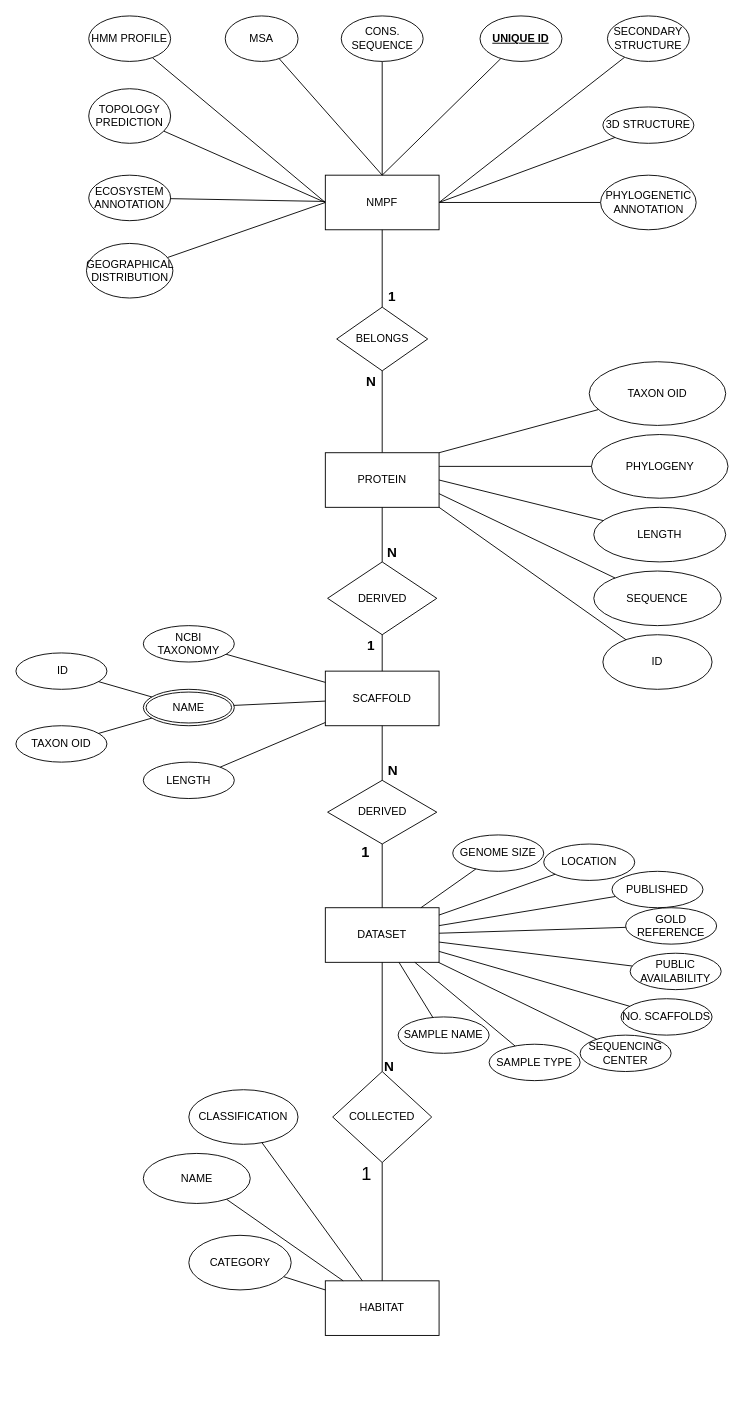
Above: Ανώνυμο διάγραμμα.drawio in IceGreb/db_project (draw.io), before the change. Source tidied: cells renumbered, new cells numbered last; positions are measured from the earlier drawing's top-left corner, leaving out a move shared by most shapes. Both pictures are drawn from the tidied source at 91%, with x=0, y=0 at pixel (15, 15).
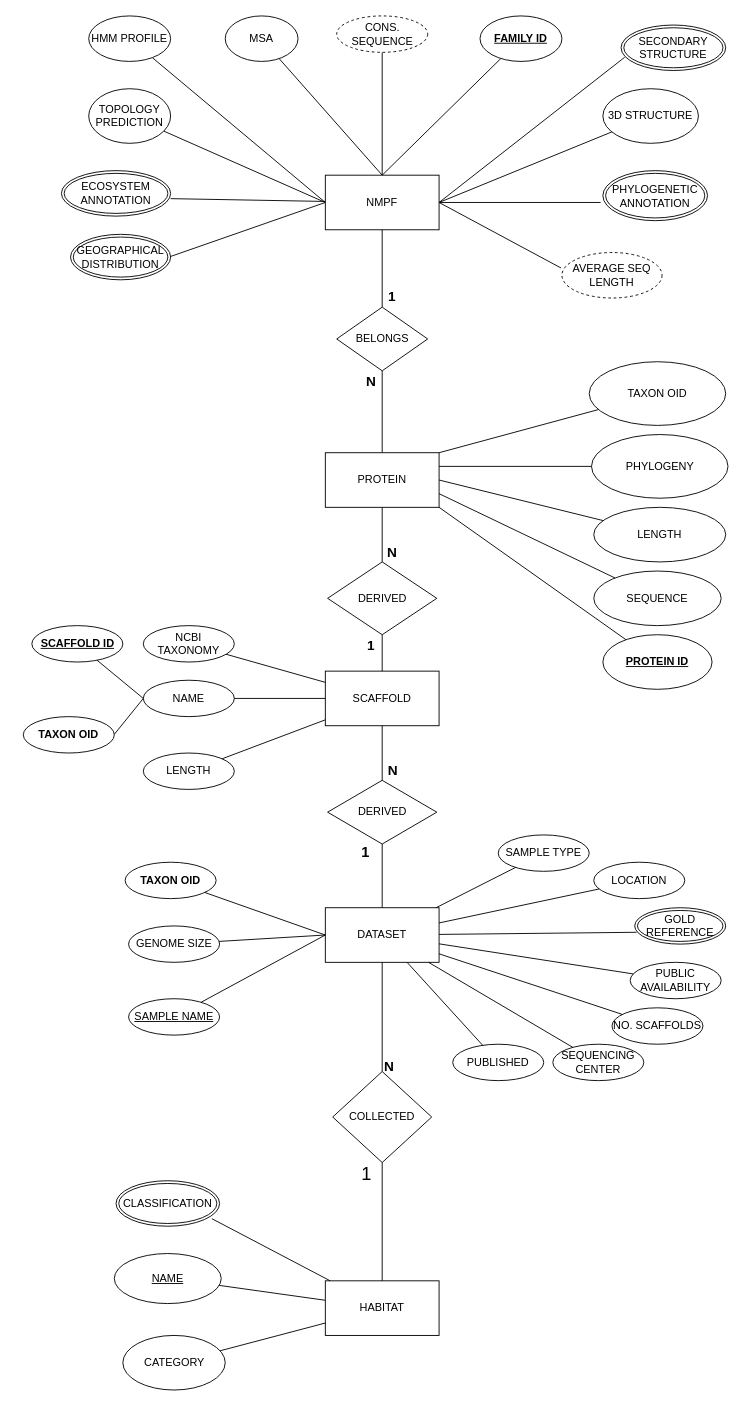
Above is the later version.

Unchanged cells that the change refers to:
```xml
<mxCell id="10" value="NMPF" style="rounded=0;whiteSpace=wrap;html=1;labelBackgroundColor=none;" parent="1" vertex="1">
  <mxGeometry x="340" y="175" width="125" height="60" as="geometry" />
</mxCell>
<mxCell id="35" value="HABITAT" style="rounded=0;whiteSpace=wrap;html=1;labelBackgroundColor=none;" parent="1" vertex="1">
  <mxGeometry x="340" y="1390" width="125" height="60" as="geometry" />
</mxCell>
<mxCell id="36" value="SCAFFOLD" style="rounded=0;whiteSpace=wrap;html=1;labelBackgroundColor=none;" parent="1" vertex="1">
  <mxGeometry x="340" y="720" width="125" height="60" as="geometry" />
</mxCell>
<mxCell id="37" value="DATASET" style="rounded=0;whiteSpace=wrap;html=1;labelBackgroundColor=none;" parent="1" vertex="1">
  <mxGeometry x="340" y="980" width="125" height="60" as="geometry" />
</mxCell>
```

Change to the diagram source:
```diff
@@
-    <mxCell id="2" style="rounded=0;jettySize=auto;html=1;endArrow=none;endFill=0;labelBackgroundColor=none;fontColor=default;" parent="1" edge="1" source="10" target="11">
+    <mxCell id="2" style="rounded=0;jettySize=auto;html=1;endArrow=none;endFill=0;labelBackgroundColor=none;fontColor=default;entryX=0.5;entryY=1;entryDx=0;entryDy=0;" parent="1" edge="1" source="10" target="11">
       <mxGeometry relative="1" as="geometry" />
     </mxCell>
@@
-    <mxCell id="4" style="rounded=0;jettySize=auto;html=1;endArrow=none;endFill=0;labelBackgroundColor=none;fontColor=default;exitX=0;exitY=0.5;exitDx=0;exitDy=0;" parent="1" edge="1" source="10" target="18">
-      <mxGeometry relative="1" as="geometry" />
+    <mxCell id="4" style="rounded=0;jettySize=auto;html=1;endArrow=none;endFill=0;labelBackgroundColor=none;fontColor=default;exitX=0;exitY=0.5;exitDx=0;exitDy=0;" parent="1" edge="1" source="10">
+      <mxGeometry relative="1" as="geometry">
+        <mxPoint x="166.6" y="265.5" as="targetPoint" />
+      </mxGeometry>
     </mxCell>
-    <mxCell id="5" style="rounded=0;jettySize=auto;html=1;endArrow=none;endFill=0;labelBackgroundColor=none;fontColor=default;" parent="1" edge="1" source="10" target="16">
-      <mxGeometry relative="1" as="geometry" />
+    <mxCell id="5" style="rounded=0;jettySize=auto;html=1;endArrow=none;endFill=0;labelBackgroundColor=none;fontColor=default;" parent="1" edge="1" source="10">
+      <mxGeometry relative="1" as="geometry">
+        <mxPoint x="642.5" y="205" as="targetPoint" />
+      </mxGeometry>
     </mxCell>
@@
-    <mxCell id="7" style="rounded=0;jettySize=auto;html=1;endArrow=none;endFill=0;labelBackgroundColor=none;fontColor=default;exitX=1;exitY=0.5;exitDx=0;exitDy=0;" parent="1" edge="1" source="10" target="14">
-      <mxGeometry relative="1" as="geometry" />
+    <mxCell id="7" style="rounded=0;jettySize=auto;html=1;endArrow=none;endFill=0;labelBackgroundColor=none;fontColor=default;exitX=1;exitY=0.5;exitDx=0;exitDy=0;" parent="1" edge="1" source="10">
+      <mxGeometry relative="1" as="geometry">
+        <mxPoint x="669" y="45.4" as="targetPoint" />
+      </mxGeometry>
     </mxCell>
@@
-    <mxCell id="9" style="rounded=0;jettySize=auto;html=1;endArrow=none;endFill=0;labelBackgroundColor=none;fontColor=default;" parent="1" edge="1" source="10" target="17">
-      <mxGeometry relative="1" as="geometry" />
+    <mxCell id="9" style="rounded=0;jettySize=auto;html=1;endArrow=none;endFill=0;labelBackgroundColor=none;fontColor=default;" parent="1" edge="1" source="10">
+      <mxGeometry relative="1" as="geometry">
+        <mxPoint x="170" y="200.8" as="targetPoint" />
+      </mxGeometry>
     </mxCell>
@@
-    <mxCell id="11" value="CONS. SEQUENCE" style="ellipse;whiteSpace=wrap;html=1;rounded=0;labelBackgroundColor=none;" parent="1" vertex="1">
-      <mxGeometry x="357.5" width="90" height="50" as="geometry" />
-    </mxCell>
@@
-    <mxCell id="14" value="SECONDARY STRUCTURE" style="ellipse;whiteSpace=wrap;html=1;rounded=0;labelBackgroundColor=none;" parent="1" vertex="1">
-      <mxGeometry x="650" width="90" height="50" as="geometry" />
-    </mxCell>
@@
-    <mxCell id="16" value="&lt;div&gt;PHYLOGENETIC ANNOTATION&lt;/div&gt;" style="ellipse;whiteSpace=wrap;html=1;rounded=0;labelBackgroundColor=none;" parent="1" vertex="1">
-      <mxGeometry x="642.5" y="175" width="105" height="60" as="geometry" />
-    </mxCell>
-    <mxCell id="17" value="&lt;div&gt;ECOSYSTEM ANNOTATION&lt;/div&gt;" style="ellipse;whiteSpace=wrap;html=1;direction=west;rounded=0;labelBackgroundColor=none;" parent="1" vertex="1">
-      <mxGeometry x="80" y="175" width="90" height="50" as="geometry" />
-    </mxCell>
-    <mxCell id="18" value="GEOGRAPHICAL DISTRIBUTION" style="ellipse;whiteSpace=wrap;html=1;rounded=0;labelBackgroundColor=none;" parent="1" vertex="1">
-      <mxGeometry x="77.5" y="250" width="95" height="60" as="geometry" />
-    </mxCell>
@@
-    <mxCell id="20" value="&lt;u&gt;&lt;b&gt;UNIQUE ID&lt;/b&gt;&lt;/u&gt;" style="ellipse;whiteSpace=wrap;html=1;rounded=0;labelBackgroundColor=none;" parent="1" vertex="1">
+    <mxCell id="20" value="&lt;u&gt;&lt;b&gt;FAMILY ID&lt;/b&gt;&lt;/u&gt;" style="ellipse;whiteSpace=wrap;html=1;rounded=0;labelBackgroundColor=none;" parent="1" vertex="1">
       <mxGeometry x="510" width="90" height="50" as="geometry" />
     </mxCell>
@@
-    <mxCell id="30" value="ID" style="ellipse;whiteSpace=wrap;html=1;labelBackgroundColor=none;" parent="1" vertex="1">
+    <mxCell id="30" value="&lt;b&gt;&lt;u&gt;PROTEIN ID&lt;/u&gt;&lt;/b&gt;" style="ellipse;whiteSpace=wrap;html=1;labelBackgroundColor=none;" parent="1" vertex="1">
       <mxGeometry x="645" y="680" width="120" height="60" as="geometry" />
     </mxCell>
@@
-    <mxCell id="38" value="NAME" style="ellipse;shape=doubleEllipse;margin=3;whiteSpace=wrap;html=1;align=center;labelBackgroundColor=none;" parent="1" vertex="1">
-      <mxGeometry x="140" y="740" width="100" height="40" as="geometry" />
-    </mxCell>
     <mxCell id="39" value="3D STRUCTURE" style="ellipse;whiteSpace=wrap;html=1;align=center;labelBackgroundColor=none;" parent="1" vertex="1">
-      <mxGeometry x="645" y="100" width="100" height="40" as="geometry" />
+      <mxGeometry x="645" y="80" width="105" height="60" as="geometry" />
     </mxCell>
-    <mxCell id="40" style="endArrow=none;html=1;rounded=0;labelBackgroundColor=none;fontColor=default;" parent="1" edge="1" source="36" target="38">
-      <mxGeometry relative="1" as="geometry" />
-    </mxCell>
@@
-    <mxCell id="42" value="TAXON OID" style="ellipse;whiteSpace=wrap;html=1;align=center;labelBackgroundColor=none;" parent="1" vertex="1">
-      <mxGeometry y="780" width="100" height="40" as="geometry" />
+    <mxCell id="42" value="&lt;b style=&quot;&quot;&gt;TAXON OID&lt;/b&gt;" style="ellipse;whiteSpace=wrap;html=1;align=center;labelBackgroundColor=none;" parent="1" vertex="1">
+      <mxGeometry x="120" y="930" width="100" height="40" as="geometry" />
     </mxCell>
-    <mxCell id="43" value="&amp;nbsp;ID" style="ellipse;whiteSpace=wrap;html=1;align=center;labelBackgroundColor=none;" parent="1" vertex="1">
-      <mxGeometry y="700" width="100" height="40" as="geometry" />
+    <mxCell id="43" value="&lt;u&gt;&lt;b&gt;SCAFFOLD ID&lt;/b&gt;&lt;/u&gt;" style="ellipse;whiteSpace=wrap;html=1;align=center;labelBackgroundColor=none;" parent="1" vertex="1">
+      <mxGeometry x="17.5" y="670" width="100" height="40" as="geometry" />
     </mxCell>
-    <mxCell id="44" style="endArrow=none;html=1;rounded=0;labelBackgroundColor=none;fontColor=default;" parent="1" edge="1" source="43" target="38">
+    <mxCell id="44" style="endArrow=none;html=1;rounded=0;labelBackgroundColor=none;fontColor=default;entryX=0;entryY=0.5;entryDx=0;entryDy=0;" parent="1" edge="1" source="43" target="91">
       <mxGeometry relative="1" as="geometry" />
     </mxCell>
-    <mxCell id="45" style="endArrow=none;html=1;rounded=0;labelBackgroundColor=none;fontColor=default;" parent="1" edge="1" source="42" target="38">
+    <mxCell id="45" style="endArrow=none;html=1;rounded=0;labelBackgroundColor=none;fontColor=default;entryX=0;entryY=0.5;entryDx=0;entryDy=0;" parent="1" edge="1" source="42" target="37">
       <mxGeometry relative="1" as="geometry" />
     </mxCell>
     <mxCell id="46" value="LENGTH" style="ellipse;whiteSpace=wrap;html=1;align=center;labelBackgroundColor=none;" parent="1" vertex="1">
-      <mxGeometry x="140" y="820" width="100" height="40" as="geometry" />
+      <mxGeometry x="140" y="810" width="100" height="40" as="geometry" />
     </mxCell>
@@
-    <mxCell id="51" value="SAMPLE NAME" style="ellipse;whiteSpace=wrap;html=1;align=center;labelBackgroundColor=none;" parent="1" vertex="1">
-      <mxGeometry x="420" y="1100" width="100" height="40" as="geometry" />
+    <mxCell id="51" value="&lt;u&gt;SAMPLE NAME&lt;/u&gt;" style="ellipse;whiteSpace=wrap;html=1;align=center;labelBackgroundColor=none;" parent="1" vertex="1">
+      <mxGeometry x="123.8" y="1080" width="100" height="40" as="geometry" />
     </mxCell>
     <mxCell id="52" value="SAMPLE TYPE" style="ellipse;whiteSpace=wrap;html=1;align=center;labelBackgroundColor=none;" parent="1" vertex="1">
-      <mxGeometry x="520" y="1130" width="100" height="40" as="geometry" />
+      <mxGeometry x="530" y="900" width="100" height="40" as="geometry" />
     </mxCell>
     <mxCell id="53" value="LOCATION" style="ellipse;whiteSpace=wrap;html=1;align=center;labelBackgroundColor=none;" parent="1" vertex="1">
-      <mxGeometry x="580" y="910" width="100" height="40" as="geometry" />
+      <mxGeometry x="635" y="930" width="100" height="40" as="geometry" />
     </mxCell>
     <mxCell id="54" value="&lt;div&gt;SEQUENCING CENTER&lt;/div&gt;" style="ellipse;whiteSpace=wrap;html=1;align=center;labelBackgroundColor=none;" parent="1" vertex="1">
-      <mxGeometry x="620" y="1120" width="100" height="40" as="geometry" />
+      <mxGeometry x="590" y="1130" width="100" height="40" as="geometry" />
     </mxCell>
     <mxCell id="55" value="PUBLISHED" style="ellipse;whiteSpace=wrap;html=1;align=center;labelBackgroundColor=none;" parent="1" vertex="1">
-      <mxGeometry x="655" y="940" width="100" height="40" as="geometry" />
+      <mxGeometry x="480" y="1130" width="100" height="40" as="geometry" />
     </mxCell>
     <mxCell id="56" value="PUBLIC AVAILABILITY" style="ellipse;whiteSpace=wrap;html=1;align=center;labelBackgroundColor=none;" parent="1" vertex="1">
-      <mxGeometry x="675" y="1030" width="100" height="40" as="geometry" />
+      <mxGeometry x="675" y="1040" width="100" height="40" as="geometry" />
     </mxCell>
     <mxCell id="57" value="GENOME SIZE" style="ellipse;whiteSpace=wrap;html=1;align=center;labelBackgroundColor=none;" parent="1" vertex="1">
-      <mxGeometry x="480" y="900" width="100" height="40" as="geometry" />
+      <mxGeometry x="123.8" y="1000" width="100" height="40" as="geometry" />
     </mxCell>
-    <mxCell id="58" value="GOLD REFERENCE" style="ellipse;whiteSpace=wrap;html=1;align=center;labelBackgroundColor=none;" parent="1" vertex="1">
-      <mxGeometry x="670" y="980" width="100" height="40" as="geometry" />
-    </mxCell>
     <mxCell id="59" value="&lt;div&gt;NO. SCAFFOLDS&lt;/div&gt;" style="ellipse;whiteSpace=wrap;html=1;align=center;labelBackgroundColor=none;" parent="1" vertex="1">
-      <mxGeometry x="665" y="1080" width="100" height="40" as="geometry" />
+      <mxGeometry x="655" y="1090" width="100" height="40" as="geometry" />
     </mxCell>
-    <mxCell id="60" style="endArrow=none;html=1;rounded=0;labelBackgroundColor=none;fontColor=default;" parent="1" edge="1" source="37" target="57">
+    <mxCell id="60" style="endArrow=none;html=1;rounded=0;labelBackgroundColor=none;fontColor=default;exitX=0;exitY=0.5;exitDx=0;exitDy=0;" parent="1" edge="1" source="37" target="57">
       <mxGeometry relative="1" as="geometry" />
     </mxCell>
@@
-    <mxCell id="63" style="endArrow=none;html=1;rounded=0;labelBackgroundColor=none;fontColor=default;" parent="1" edge="1" source="37" target="58">
+    <mxCell id="63" style="endArrow=none;html=1;rounded=0;labelBackgroundColor=none;fontColor=default;entryX=0.02;entryY=0.675;entryDx=0;entryDy=0;entryPerimeter=0;" parent="1" edge="1" source="37" target="58">
       <mxGeometry relative="1" as="geometry" />
     </mxCell>
@@
-    <mxCell id="68" style="endArrow=none;html=1;rounded=0;labelBackgroundColor=none;fontColor=default;" parent="1" edge="1" source="37" target="51">
+    <mxCell id="68" style="endArrow=none;html=1;rounded=0;labelBackgroundColor=none;fontColor=default;exitX=0;exitY=0.5;exitDx=0;exitDy=0;" parent="1" edge="1" source="37" target="51">
       <mxGeometry relative="1" as="geometry" />
     </mxCell>
-    <mxCell id="69" value="NAME" style="ellipse;whiteSpace=wrap;html=1;align=center;labelBackgroundColor=none;" parent="1" vertex="1">
-      <mxGeometry x="140" y="1250" width="117.5" height="55" as="geometry" />
+    <mxCell id="69" value="&lt;u&gt;NAME&lt;/u&gt;" style="ellipse;whiteSpace=wrap;html=1;align=center;labelBackgroundColor=none;" parent="1" vertex="1">
+      <mxGeometry x="108.1" y="1360" width="117.5" height="55" as="geometry" />
     </mxCell>
     <mxCell id="70" value="CATEGORY" style="ellipse;whiteSpace=wrap;html=1;align=center;labelBackgroundColor=none;" parent="1" vertex="1">
-      <mxGeometry x="190" y="1340" width="112.5" height="60" as="geometry" />
+      <mxGeometry x="117.5" y="1450" width="112.5" height="60" as="geometry" />
     </mxCell>
-    <mxCell id="71" value="CLASSIFICATION" style="ellipse;whiteSpace=wrap;html=1;align=center;labelBackgroundColor=none;" parent="1" vertex="1">
-      <mxGeometry x="190" y="1180" width="120" height="60" as="geometry" />
-    </mxCell>
-    <mxCell id="72" style="endArrow=none;html=1;rounded=0;labelBackgroundColor=none;fontColor=default;" parent="1" edge="1" source="71" target="35">
-      <mxGeometry relative="1" as="geometry" />
+    <mxCell id="72" style="endArrow=none;html=1;rounded=0;labelBackgroundColor=none;fontColor=default;" parent="1" edge="1" target="35">
+      <mxGeometry relative="1" as="geometry">
+        <mxPoint x="215.3" y="1321.7" as="sourcePoint" />
+      </mxGeometry>
     </mxCell>
@@
+    <mxCell id="91" value="ΝΑΜΕ" style="ellipse;whiteSpace=wrap;html=1;align=center;" parent="1" vertex="1">
+      <mxGeometry x="140" y="730" width="100" height="40" as="geometry" />
+    </mxCell>
+    <mxCell id="92" value="AVERAGE SEQ LENGTH" style="ellipse;whiteSpace=wrap;html=1;align=center;dashed=1;" parent="1" vertex="1">
+      <mxGeometry x="600" y="260" width="110" height="50" as="geometry" />
+    </mxCell>
+    <mxCell id="71" value="CLASSIFICATION" style="ellipse;shape=doubleEllipse;margin=3;whiteSpace=wrap;html=1;align=center;" parent="1" vertex="1">
+      <mxGeometry x="110" y="1280" width="113.8" height="50" as="geometry" />
+    </mxCell>
+    <mxCell id="93" style="rounded=0;jettySize=auto;html=1;endArrow=none;endFill=0;labelBackgroundColor=none;fontColor=default;exitX=1;exitY=0.5;exitDx=0;exitDy=0;entryX=-0.009;entryY=0.34;entryDx=0;entryDy=0;entryPerimeter=0;" parent="1" edge="1" source="10" target="92">
+      <mxGeometry relative="1" as="geometry" />
+    </mxCell>
+    <mxCell id="58" value="GOLD REFERENCE" style="ellipse;shape=doubleEllipse;margin=3;whiteSpace=wrap;html=1;align=center;" parent="1" vertex="1">
+      <mxGeometry x="680" y="980" width="100" height="40" as="geometry" />
+    </mxCell>
+    <mxCell id="18" value="GEOGRAPHICAL DISTRIBUTION" style="ellipse;shape=doubleEllipse;margin=3;whiteSpace=wrap;html=1;align=center;" parent="1" vertex="1">
+      <mxGeometry x="60" y="240" width="110" height="50" as="geometry" />
+    </mxCell>
+    <mxCell id="17" value="ECOSYSTEM ANNOTATION" style="ellipse;shape=doubleEllipse;margin=3;whiteSpace=wrap;html=1;align=center;" parent="1" vertex="1">
+      <mxGeometry x="50" y="170" width="120" height="50" as="geometry" />
+    </mxCell>
+    <mxCell id="14" value="SECONDARY STRUCTURE" style="ellipse;shape=doubleEllipse;margin=3;whiteSpace=wrap;html=1;align=center;" parent="1" vertex="1">
+      <mxGeometry x="665" y="10" width="115" height="50" as="geometry" />
+    </mxCell>
+    <mxCell id="16" value="PHYLOGENETIC ANNOTATION" style="ellipse;shape=doubleEllipse;margin=3;whiteSpace=wrap;html=1;align=center;" parent="1" vertex="1">
+      <mxGeometry x="645" y="170" width="115" height="55" as="geometry" />
+    </mxCell>
+    <mxCell id="11" value="CONS. SEQUENCE" style="ellipse;whiteSpace=wrap;html=1;align=center;dashed=1;" parent="1" vertex="1">
+      <mxGeometry x="352.5" width="100" height="40" as="geometry" />
+    </mxCell>
+    <mxCell id="94" style="endArrow=none;html=1;rounded=0;" parent="1" edge="1">
+      <mxGeometry relative="1" as="geometry">
+        <mxPoint x="240" y="750" as="sourcePoint" />
+        <mxPoint x="340" y="750" as="targetPoint" />
+      </mxGeometry>
+    </mxCell>
+    <mxCell id="95" value="&lt;b style=&quot;&quot;&gt;TAXON OID&lt;/b&gt;" style="ellipse;whiteSpace=wrap;html=1;align=center;labelBackgroundColor=none;" parent="1" vertex="1">
+      <mxGeometry x="8.1" y="770" width="100" height="40" as="geometry" />
+    </mxCell>
+    <mxCell id="96" style="endArrow=none;html=1;rounded=0;entryX=0;entryY=0.5;entryDx=0;entryDy=0;" parent="1" edge="1" target="91">
+      <mxGeometry relative="1" as="geometry">
+        <mxPoint x="108.1" y="789.5" as="sourcePoint" />
+      </mxGeometry>
+    </mxCell>
```
